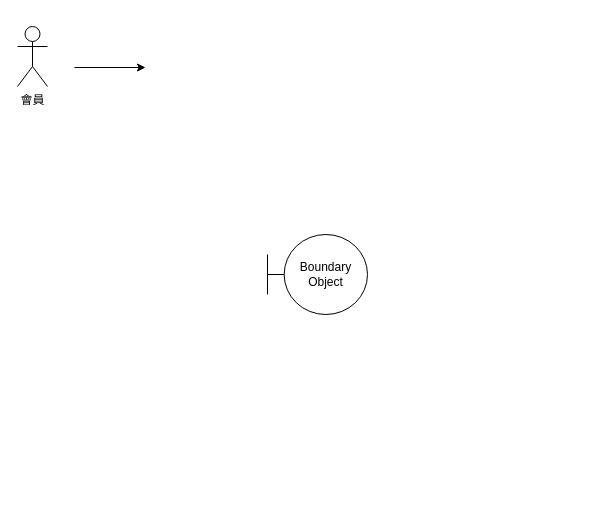
Earlier version of the draw.io diagram page "第 2 页" (2 of 2) of .drawio (liangyinglly/liangyinglly). Source tidied: cells renumbered, new cells numbered last; positions are measured from the earlier drawing's top-left corner, leaving out a move shared by most shapes. Both pictures are drawn from the tidied source at 100%, with x=0, y=0 at pixel (17, 26).
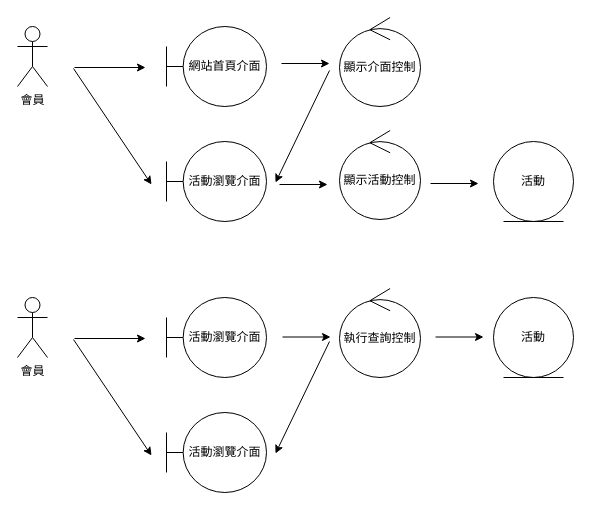
After the change.

The edit, as a diff of the source:
```diff
@@
-    <mxCell id="4" value="Boundary Object" style="shape=umlBoundary;whiteSpace=wrap;html=1;" parent="1" vertex="1">
-      <mxGeometry x="250" y="208" width="100" height="80" as="geometry" />
+    <mxCell id="4" value="網站首頁介面" style="shape=umlBoundary;whiteSpace=wrap;html=1;" parent="1" vertex="1">
+      <mxGeometry x="149" width="100" height="80" as="geometry" />
     </mxCell>
+    <mxCell id="5" value="顯示介面控制" style="ellipse;shape=umlControl;whiteSpace=wrap;html=1;" parent="1" vertex="1">
+      <mxGeometry x="322" y="-9" width="81" height="89" as="geometry" />
+    </mxCell>
+    <mxCell id="6" value="活動" style="ellipse;shape=umlEntity;whiteSpace=wrap;html=1;" parent="1" vertex="1">
+      <mxGeometry x="476" y="115" width="80" height="80" as="geometry" />
+    </mxCell>
+    <mxCell id="7" value="活動瀏覽介面" style="shape=umlBoundary;whiteSpace=wrap;html=1;" parent="1" vertex="1">
+      <mxGeometry x="149" y="115" width="100" height="80" as="geometry" />
+    </mxCell>
+    <mxCell id="8" style="endArrow=classic;html=1;rounded=0;" parent="1" edge="1">
+      <mxGeometry relative="1" as="geometry">
+        <mxPoint x="56" y="42" as="sourcePoint" />
+        <mxPoint x="134" y="158" as="targetPoint" />
+      </mxGeometry>
+    </mxCell>
+    <mxCell id="9" style="endArrow=classic;html=1;rounded=0;" parent="1" edge="1">
+      <mxGeometry relative="1" as="geometry">
+        <mxPoint x="264" y="37" as="sourcePoint" />
+        <mxPoint x="312" y="37" as="targetPoint" />
+      </mxGeometry>
+    </mxCell>
+    <mxCell id="10" style="endArrow=classic;html=1;rounded=0;" parent="1" edge="1">
+      <mxGeometry relative="1" as="geometry">
+        <mxPoint x="312" y="44" as="sourcePoint" />
+        <mxPoint x="258" y="156" as="targetPoint" />
+      </mxGeometry>
+    </mxCell>
+    <mxCell id="11" value="顯示活動控制" style="ellipse;shape=umlControl;whiteSpace=wrap;html=1;" parent="1" vertex="1">
+      <mxGeometry x="322" y="104" width="81" height="89" as="geometry" />
+    </mxCell>
+    <mxCell id="12" style="endArrow=classic;html=1;rounded=0;" parent="1" edge="1">
+      <mxGeometry relative="1" as="geometry">
+        <mxPoint x="262" y="158" as="sourcePoint" />
+        <mxPoint x="310" y="158" as="targetPoint" />
+      </mxGeometry>
+    </mxCell>
+    <mxCell id="13" style="endArrow=classic;html=1;rounded=0;" parent="1" edge="1">
+      <mxGeometry relative="1" as="geometry">
+        <mxPoint x="413" y="157" as="sourcePoint" />
+        <mxPoint x="461" y="157" as="targetPoint" />
+      </mxGeometry>
+    </mxCell>
+    <mxCell id="14" value="會員" style="shape=umlActor;verticalLabelPosition=bottom;verticalAlign=top;html=1;" parent="1" vertex="1">
+      <mxGeometry y="271" width="30" height="60" as="geometry" />
+    </mxCell>
+    <mxCell id="15" style="endArrow=classic;html=1;rounded=0;" parent="1" edge="1">
+      <mxGeometry relative="1" as="geometry">
+        <mxPoint x="57" y="312" as="sourcePoint" />
+        <mxPoint x="128" y="312" as="targetPoint" />
+      </mxGeometry>
+    </mxCell>
+    <mxCell id="16" value="活動瀏覽介面" style="shape=umlBoundary;whiteSpace=wrap;html=1;" parent="1" vertex="1">
+      <mxGeometry x="149" y="271" width="100" height="80" as="geometry" />
+    </mxCell>
+    <mxCell id="17" value="執行查詢控制" style="ellipse;shape=umlControl;whiteSpace=wrap;html=1;" parent="1" vertex="1">
+      <mxGeometry x="322" y="262" width="81" height="89" as="geometry" />
+    </mxCell>
+    <mxCell id="18" value="活動" style="ellipse;shape=umlEntity;whiteSpace=wrap;html=1;" parent="1" vertex="1">
+      <mxGeometry x="476" y="271" width="80" height="80" as="geometry" />
+    </mxCell>
+    <mxCell id="19" value="活動瀏覽介面" style="shape=umlBoundary;whiteSpace=wrap;html=1;" parent="1" vertex="1">
+      <mxGeometry x="149" y="386" width="100" height="80" as="geometry" />
+    </mxCell>
+    <mxCell id="20" style="endArrow=classic;html=1;rounded=0;" parent="1" edge="1">
+      <mxGeometry relative="1" as="geometry">
+        <mxPoint x="56" y="313" as="sourcePoint" />
+        <mxPoint x="134" y="429" as="targetPoint" />
+      </mxGeometry>
+    </mxCell>
+    <mxCell id="21" style="endArrow=classic;html=1;rounded=0;" parent="1" edge="1">
+      <mxGeometry relative="1" as="geometry">
+        <mxPoint x="265" y="310.5" as="sourcePoint" />
+        <mxPoint x="313" y="310.5" as="targetPoint" />
+      </mxGeometry>
+    </mxCell>
+    <mxCell id="22" style="endArrow=classic;html=1;rounded=0;" parent="1" edge="1">
+      <mxGeometry relative="1" as="geometry">
+        <mxPoint x="312" y="315" as="sourcePoint" />
+        <mxPoint x="258" y="427" as="targetPoint" />
+      </mxGeometry>
+    </mxCell>
+    <mxCell id="23" style="endArrow=classic;html=1;rounded=0;" parent="1" edge="1">
+      <mxGeometry relative="1" as="geometry">
+        <mxPoint x="418" y="310.5" as="sourcePoint" />
+        <mxPoint x="466" y="310.5" as="targetPoint" />
+      </mxGeometry>
+    </mxCell>
```
